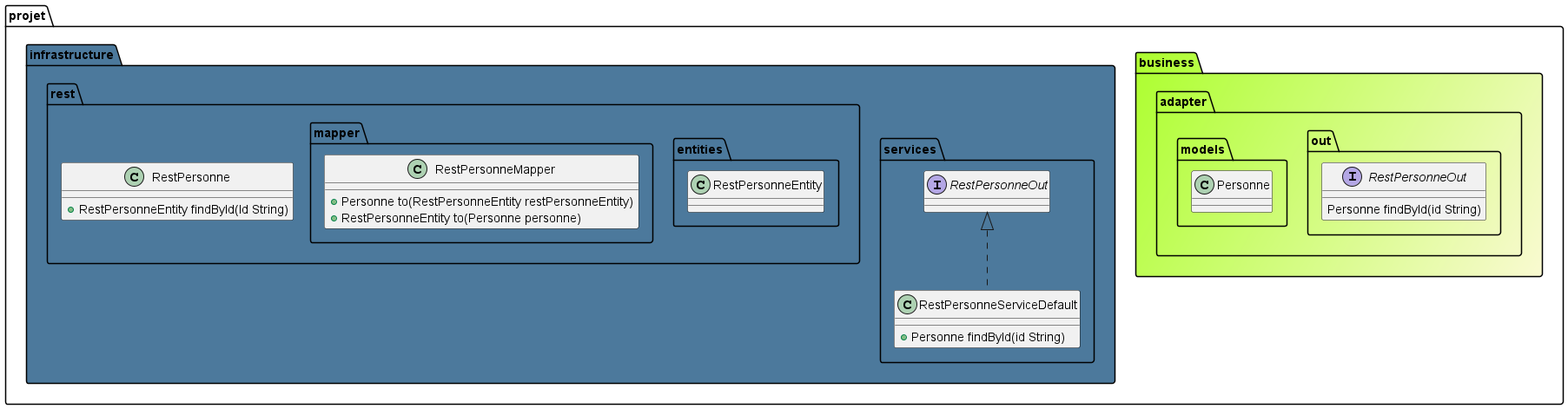
stef38-code/structureProjet keeps this PlantUML diagram as images/dia_business_ex.png. Above is the earlier version. The source it was exported from:
```plantuml
@startuml
package projet.business #GreenYellow/LightGoldenRodYellow {
  package projet.business.adapter.out {
  interface RestPersonneOut {
    Personne findById(id String)
  }
  }
  package projet.business.adapter.models {
    class Personne{
    }
  }
}
package projet.infrastructure #4C799C {
  package projet.infrastructure.services {
    class RestPersonneServiceDefault implements RestPersonneOut {
    + {method} Personne findById(id String)
    }
  }
  package projet.infrastructure.rest {
    class RestPersonne{
        + RestPersonneEntity findById(Id String)
    }
  }
  package projet.infrastructure.rest.entities {
    class RestPersonneEntity
  }
  package projet.infrastructure.rest.mapper {
    class RestPersonneMapper{
        + Personne to(RestPersonneEntity restPersonneEntity)
        + RestPersonneEntity to(Personne personne)
    }
  }
}
@enduml
```
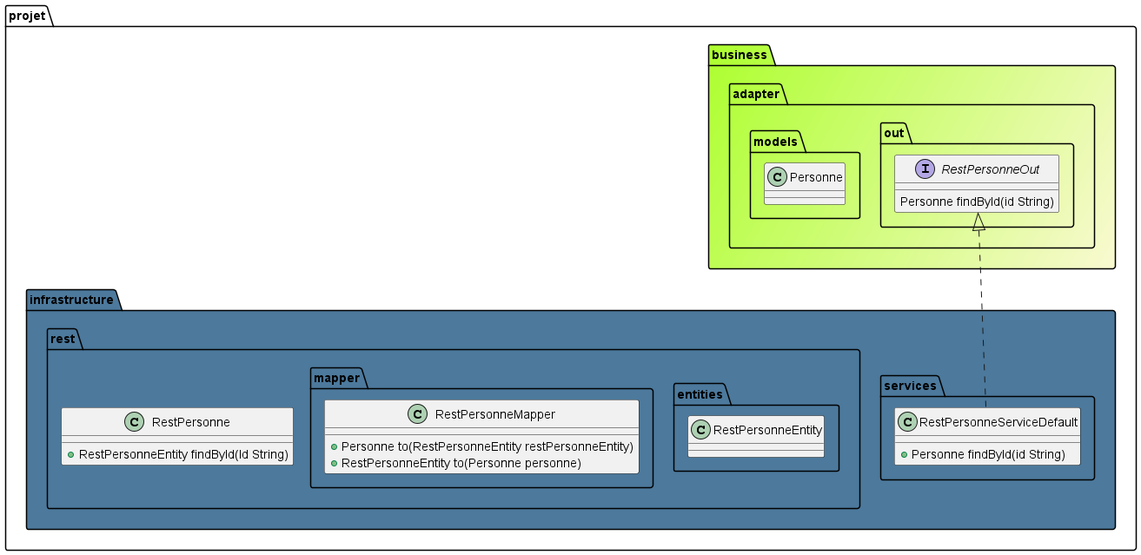
Above is the later version.

Diff of the diagram source:
```diff
@@ -12,7 +12,7 @@
 }
 package projet.infrastructure #4C799C {
   package projet.infrastructure.services {
-    class RestPersonneServiceDefault implements RestPersonneOut {
+    class RestPersonneServiceDefault implements projet.business.adapter.out.RestPersonneOut {
     + {method} Personne findById(id String)
     }
   }
```
